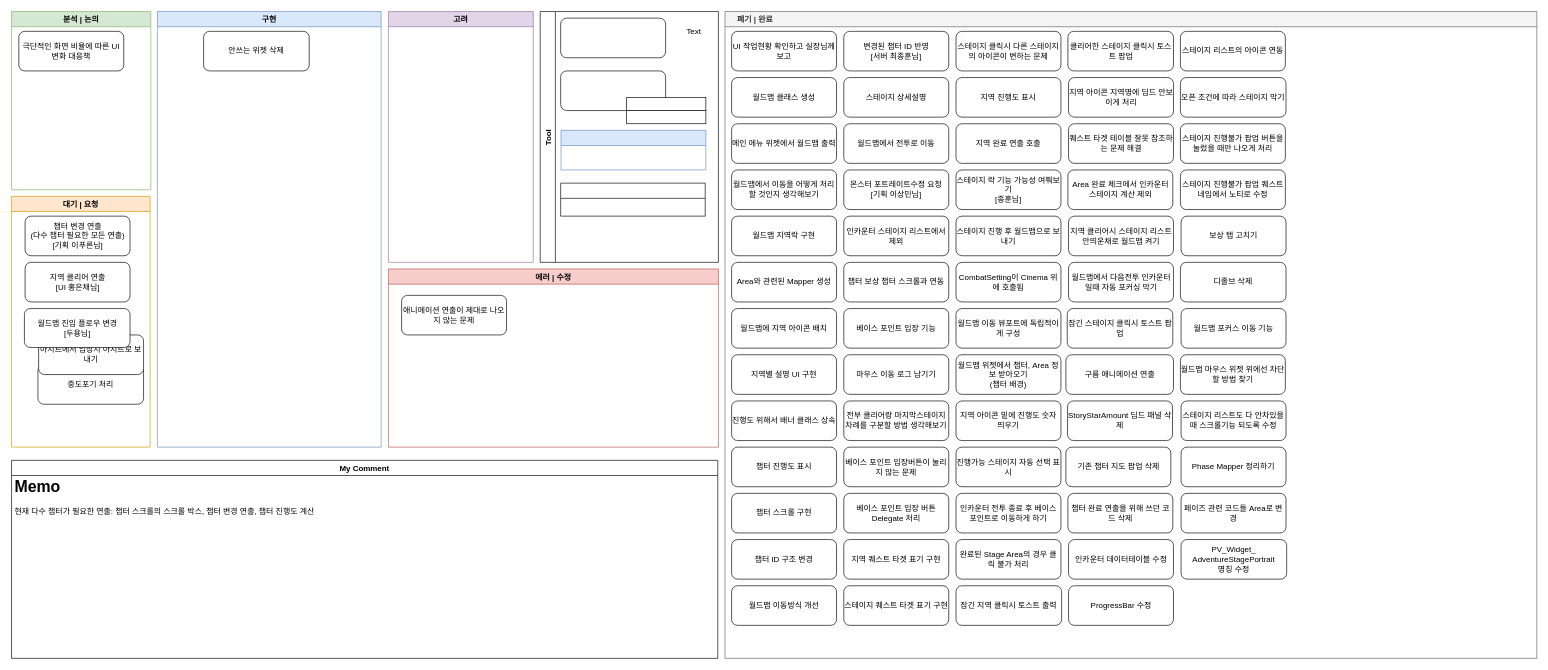
The draw.io diagram 월드맵 시스템 진행상황.drawio in Endorr/Job-Board, before the edit. Source tidied: cells renumbered, new cells numbered last; positions are measured from the earlier drawing's top-left corner, leaving out a move shared by most shapes. Both pictures are drawn from the tidied source at 66%, with x=0, y=0 at pixel (11, 11).
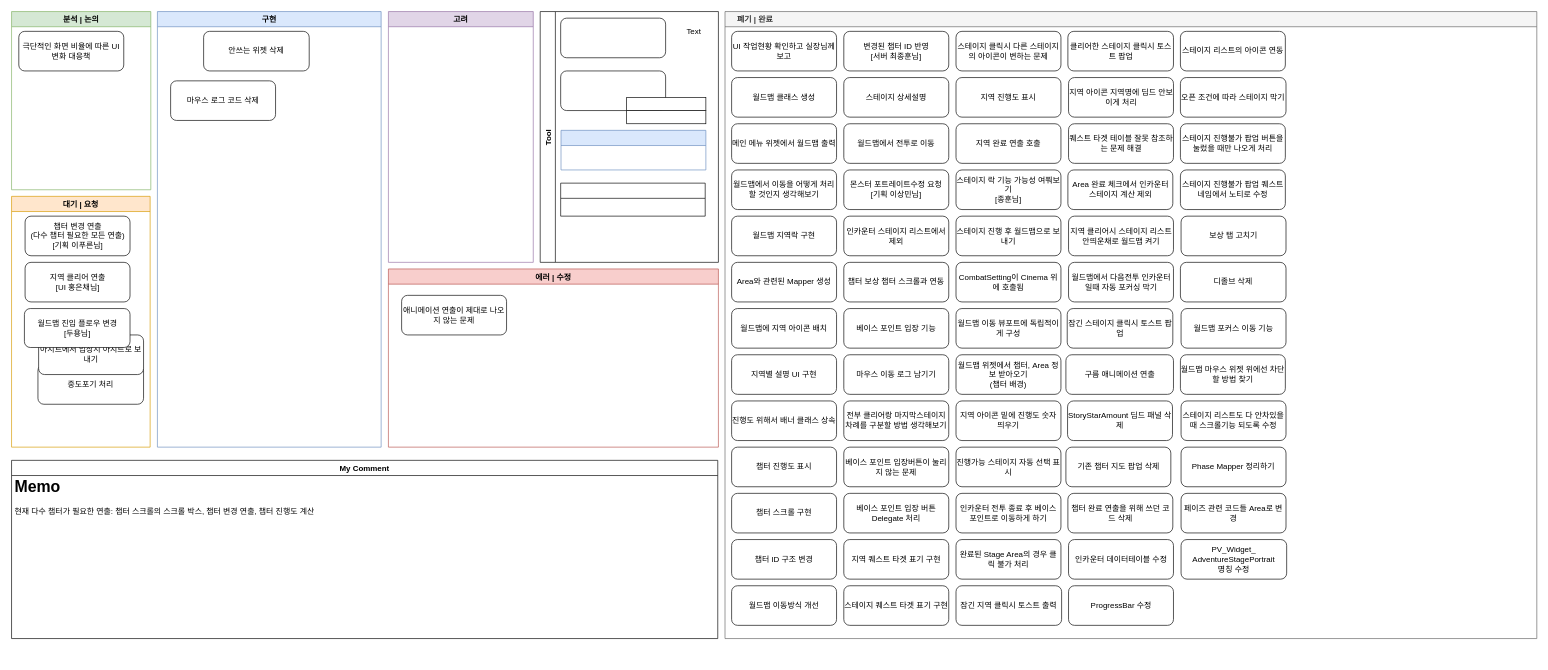
The same page after the edit.

Commit message:
Update 월드맵 시스템 진행상황.drawio

The change refers to these unchanged cells:
```xml
<mxCell id="2" value="구현" style="swimlane;fillColor=#dae8fc;strokeColor=#6c8ebf;" parent="1" vertex="1">
  <mxGeometry x="221" width="339" height="660" as="geometry" />
</mxCell>
```

The edit, as a diff of the source:
```diff
@@
+    <mxCell id="91" value="마우스 로그 코드 삭제" style="rounded=1;whiteSpace=wrap;html=1;" parent="2" vertex="1">
+      <mxGeometry x="20" y="105" width="159" height="60" as="geometry" />
+    </mxCell>
@@
     <mxCell id="14" value="     폐기 | 완료" style="swimlane;strokeColor=#666666;fillColor=#f5f5f5;fontColor=#333333;align=left;" parent="1" vertex="1">
-      <mxGeometry x="1081" width="1230" height="980" as="geometry" />
+      <mxGeometry x="1081" width="1230" height="950" as="geometry" />
     </mxCell>
@@
     <mxCell id="79" value="My Comment" style="swimlane;" parent="1" vertex="1">
-      <mxGeometry y="680" width="1070" height="300" as="geometry" />
+      <mxGeometry y="680" width="1070" height="270" as="geometry" />
     </mxCell>
     <mxCell id="80" value="&lt;h1&gt;Memo&lt;/h1&gt;&lt;p&gt;현재 다수 챕터가 필요한 연출: 챕터 스크롤의 스크롤 박스, 챕터 변경 연출, 챕터 진행도 계산&lt;/p&gt;" style="text;html=1;strokeColor=none;fillColor=none;spacing=5;spacingTop=-20;whiteSpace=wrap;overflow=hidden;rounded=0;align=left;" parent="79" vertex="1">
-      <mxGeometry y="20" width="1070" height="280" as="geometry" />
+      <mxGeometry y="20" width="1070" height="250" as="geometry" />
     </mxCell>
```
